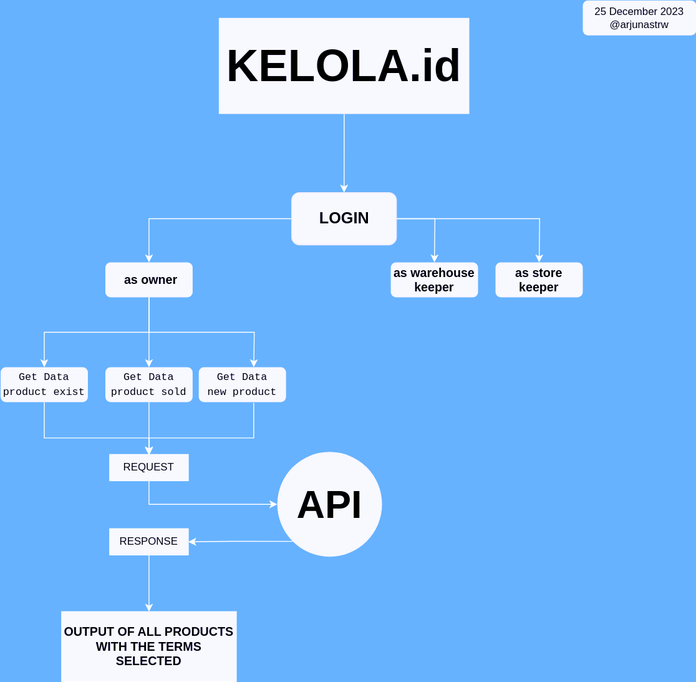
arjunastrw/Kelola.id keeps this draw.io diagram as kelola_id.svg. Above is the earlier version. Source tidied: cells renumbered, new cells last; positions are measured from the earlier drawing's top-left corner, leaving out a move shared by most shapes.
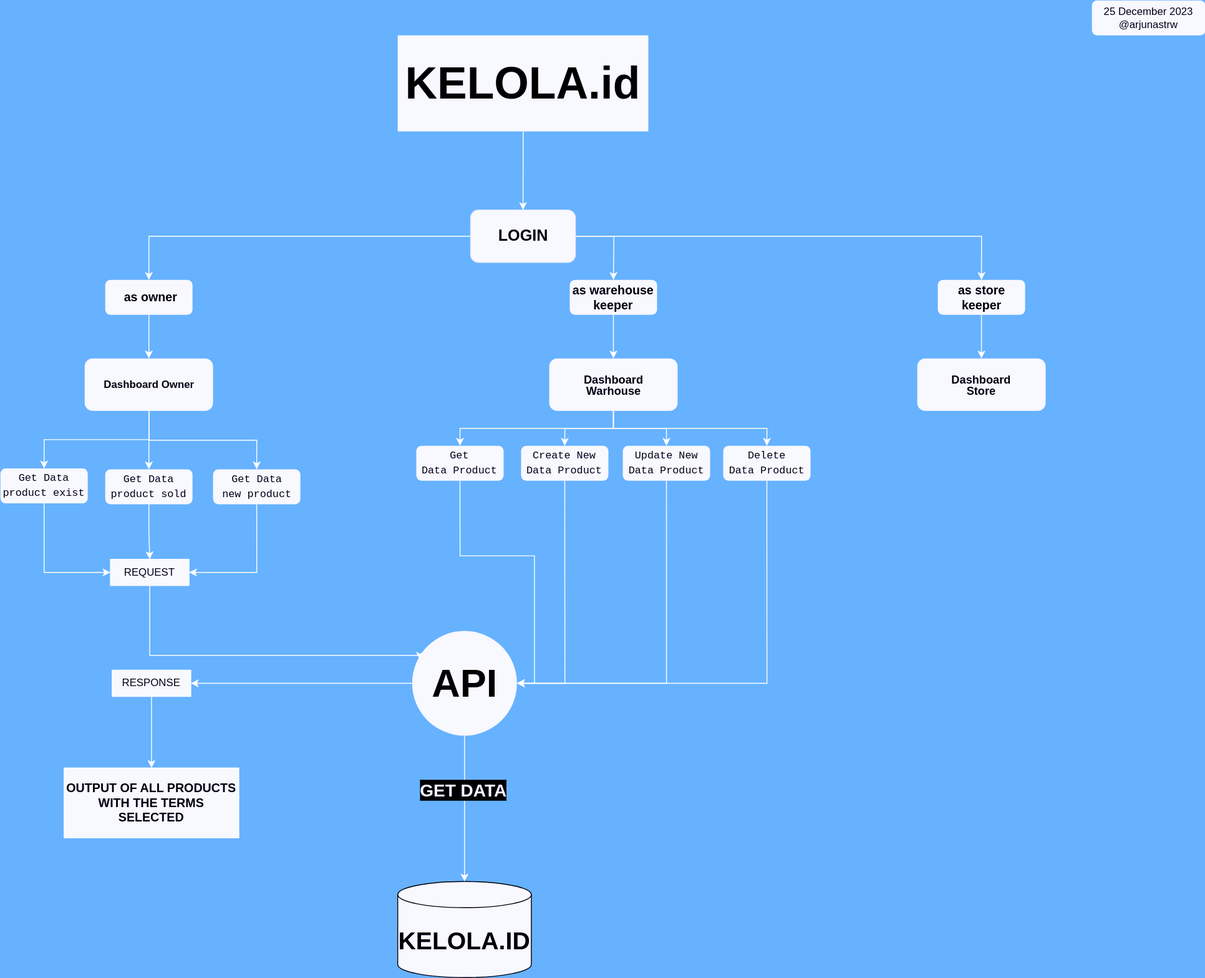
After the commit.

The edit, as a diff of the source:
```diff
@@ -4,101 +4,155 @@
     <mxCell id="1" parent="0" />
     <mxCell id="2" style="edgeStyle=orthogonalEdgeStyle;rounded=0;jettySize=auto;html=1;" parent="1" edge="1" source="3">
       <mxGeometry relative="1" as="geometry">
-        <mxPoint x="393.5" y="220" as="targetPoint" />
+        <mxPoint x="655.5" y="260" as="targetPoint" />
       </mxGeometry>
     </mxCell>
     <mxCell id="3" value="&lt;h1&gt;&lt;b&gt;&lt;font style=&quot;font-size: 51px;&quot;&gt;KELOLA.id&lt;/font&gt;&lt;/b&gt;&lt;/h1&gt;" style="rounded=0;whiteSpace=wrap;html=1;fillColor=#000033;fontColor=#ffffff;strokeColor=none;" parent="1" vertex="1">
-      <mxGeometry x="250" y="20" width="287" height="110" as="geometry" />
+      <mxGeometry x="512" y="60" width="287" height="110" as="geometry" />
     </mxCell>
     <mxCell id="4" style="edgeStyle=orthogonalEdgeStyle;rounded=0;jettySize=auto;html=1;" parent="1" edge="1" source="7">
       <mxGeometry relative="1" as="geometry">
-        <mxPoint x="497" y="300" as="targetPoint" />
+        <mxPoint x="759" y="340" as="targetPoint" />
       </mxGeometry>
     </mxCell>
     <mxCell id="5" style="edgeStyle=orthogonalEdgeStyle;rounded=0;jettySize=auto;html=1;exitX=0;exitY=0.5;exitDx=0;exitDy=0;entryX=0.5;entryY=0;entryDx=0;entryDy=0;" parent="1" edge="1" source="7" target="11">
       <mxGeometry relative="1" as="geometry" />
     </mxCell>
-    <mxCell id="6" style="edgeStyle=orthogonalEdgeStyle;rounded=0;jettySize=auto;html=1;" parent="1" edge="1" source="7">
-      <mxGeometry relative="1" as="geometry">
-        <mxPoint x="617" y="300" as="targetPoint" />
-      </mxGeometry>
-    </mxCell>
+    <mxCell id="28" style="edgeStyle=orthogonalEdgeStyle;rounded=0;jettySize=auto;html=1;exitX=1;exitY=0.5;exitDx=0;exitDy=0;entryX=0.5;entryY=0;entryDx=0;entryDy=0;" parent="1" edge="1" source="7" target="13">
+      <mxGeometry relative="1" as="geometry" />
+    </mxCell>
     <mxCell id="7" value="&lt;h2&gt;&lt;font color=&quot;#ffffff&quot;&gt;LOGIN&lt;/font&gt;&lt;/h2&gt;" style="rounded=1;whiteSpace=wrap;html=1;fillColor=#000033;strokeColor=#000099;" parent="1" vertex="1">
-      <mxGeometry x="333.5" y="220" width="120" height="60" as="geometry" />
+      <mxGeometry x="595.5" y="260" width="120" height="60" as="geometry" />
     </mxCell>
-    <mxCell id="8" style="edgeStyle=orthogonalEdgeStyle;rounded=0;jettySize=auto;html=1;exitX=0.5;exitY=1;exitDx=0;exitDy=0;entryX=0.5;entryY=0;entryDx=0;entryDy=0;" parent="1" edge="1" source="11" target="16">
-      <mxGeometry relative="1" as="geometry" />
-    </mxCell>
-    <mxCell id="9" style="edgeStyle=orthogonalEdgeStyle;rounded=0;jettySize=auto;html=1;entryX=0.5;entryY=0;entryDx=0;entryDy=0;" parent="1" edge="1" source="11" target="18">
-      <mxGeometry relative="1" as="geometry" />
-    </mxCell>
-    <mxCell id="10" style="edgeStyle=orthogonalEdgeStyle;rounded=0;jettySize=auto;html=1;exitX=0.5;exitY=1;exitDx=0;exitDy=0;entryX=0.5;entryY=0;entryDx=0;entryDy=0;" parent="1" edge="1" source="11">
-      <mxGeometry relative="1" as="geometry">
-        <mxPoint x="290" y="420" as="targetPoint" />
-      </mxGeometry>
-    </mxCell>
+    <mxCell id="29" style="edgeStyle=orthogonalEdgeStyle;rounded=0;jettySize=auto;html=1;exitX=0.5;exitY=1;exitDx=0;exitDy=0;" parent="1" edge="1" source="11" target="36">
+      <mxGeometry relative="1" as="geometry" />
+    </mxCell>
     <mxCell id="11" value="&lt;h3&gt;t&lt;font color=&quot;#ffffff&quot;&gt;as owner&lt;/font&gt;&lt;/h3&gt;" style="rounded=1;whiteSpace=wrap;html=1;strokeColor=none;fillColor=#000033;" parent="1" vertex="1">
-      <mxGeometry x="120" y="300" width="100" height="40" as="geometry" />
+      <mxGeometry x="177" y="340" width="100" height="40" as="geometry" />
     </mxCell>
+    <mxCell id="30" style="edgeStyle=orthogonalEdgeStyle;rounded=0;jettySize=auto;html=1;exitX=0.5;exitY=1;exitDx=0;exitDy=0;" parent="1" edge="1" source="12" target="44">
+      <mxGeometry relative="1" as="geometry" />
+    </mxCell>
     <mxCell id="12" value="&lt;h3&gt;as warehouse&lt;br&gt;keeper&lt;/h3&gt;" style="rounded=1;whiteSpace=wrap;html=1;strokeColor=none;fillColor=#000033;fontColor=#ffffff;" parent="1" vertex="1">
-      <mxGeometry x="447" y="300" width="100" height="40" as="geometry" />
+      <mxGeometry x="709" y="340" width="100" height="40" as="geometry" />
     </mxCell>
+    <mxCell id="31" style="edgeStyle=orthogonalEdgeStyle;rounded=0;jettySize=auto;html=1;exitX=0.5;exitY=1;exitDx=0;exitDy=0;" parent="1" edge="1" source="13" target="45">
+      <mxGeometry relative="1" as="geometry" />
+    </mxCell>
     <mxCell id="13" value="&lt;h3&gt;as store&lt;br&gt;keeper&lt;/h3&gt;" style="rounded=1;whiteSpace=wrap;html=1;strokeColor=none;fillColor=#000033;fontColor=#ffffff;" parent="1" vertex="1">
-      <mxGeometry x="567" y="300" width="100" height="40" as="geometry" />
+      <mxGeometry x="1130.5" y="340" width="100" height="40" as="geometry" />
     </mxCell>
     <mxCell id="14" value="25 December 2023&lt;br&gt;@arjunastrw" style="rounded=1;whiteSpace=wrap;html=1;strokeColor=none;fillColor=#000033;fontColor=#ffffff;" parent="1" vertex="1">
-      <mxGeometry x="667" width="130" height="40" as="geometry" />
+      <mxGeometry x="1307" y="20" width="130" height="40" as="geometry" />
     </mxCell>
-    <mxCell id="15" style="edgeStyle=orthogonalEdgeStyle;rounded=0;jettySize=auto;html=1;exitX=0.5;exitY=1;exitDx=0;exitDy=0;" parent="1" edge="1" source="16" target="24">
-      <mxGeometry relative="1" as="geometry">
-        <Array as="points">
-          <mxPoint x="50" y="501" />
-          <mxPoint x="170" y="501" />
-        </Array>
-      </mxGeometry>
+    <mxCell id="15" style="edgeStyle=orthogonalEdgeStyle;rounded=0;jettySize=auto;html=1;exitX=0.5;exitY=1;exitDx=0;exitDy=0;entryX=0;entryY=0.5;entryDx=0;entryDy=0;" parent="1" edge="1" source="16" target="24">
+      <mxGeometry relative="1" as="geometry" />
     </mxCell>
     <mxCell id="16" value="&lt;pre style=&quot;line-height: 40%;&quot;&gt;&lt;font color=&quot;#ffffff&quot;&gt;Get Data&lt;/font&gt;&lt;/pre&gt;&lt;pre style=&quot;line-height: 40%;&quot;&gt;&lt;font color=&quot;#ffffff&quot;&gt;product exist&lt;/font&gt;&lt;/pre&gt;" style="rounded=1;whiteSpace=wrap;html=1;strokeColor=none;fillColor=#000033;" parent="1" vertex="1">
-      <mxGeometry y="420" width="100" height="40" as="geometry" />
+      <mxGeometry x="57" y="556" width="100" height="40" as="geometry" />
     </mxCell>
     <mxCell id="17" style="edgeStyle=orthogonalEdgeStyle;rounded=0;jettySize=auto;html=1;exitX=0.5;exitY=1;exitDx=0;exitDy=0;entryX=0.5;entryY=0;entryDx=0;entryDy=0;" parent="1" edge="1" source="18" target="24">
       <mxGeometry relative="1" as="geometry" />
     </mxCell>
     <mxCell id="18" value="&lt;pre style=&quot;line-height: 40%;&quot;&gt;&lt;font color=&quot;#ffffff&quot;&gt;Get Data&lt;/font&gt;&lt;/pre&gt;&lt;pre style=&quot;line-height: 40%;&quot;&gt;&lt;font color=&quot;#ffffff&quot;&gt;product sold&lt;/font&gt;&lt;/pre&gt;" style="rounded=1;whiteSpace=wrap;html=1;strokeColor=none;fillColor=#000033;" parent="1" vertex="1">
-      <mxGeometry x="120" y="420" width="100" height="40" as="geometry" />
+      <mxGeometry x="177" y="557" width="100" height="40" as="geometry" />
     </mxCell>
-    <mxCell id="19" style="edgeStyle=orthogonalEdgeStyle;rounded=0;orthogonalLoop=1;jettySize=auto;html=1;exitX=0.5;exitY=1;exitDx=0;exitDy=0;entryX=0.5;entryY=0;entryDx=0;entryDy=0;" parent="1" edge="1">
-      <mxGeometry relative="1" as="geometry">
-        <mxPoint x="290" y="461" as="sourcePoint" />
-        <mxPoint x="170" y="521" as="targetPoint" />
-        <Array as="points">
-          <mxPoint x="290" y="501" />
-          <mxPoint x="170" y="501" />
-        </Array>
-      </mxGeometry>
-    </mxCell>
+    <mxCell id="32" style="edgeStyle=orthogonalEdgeStyle;rounded=0;jettySize=auto;html=1;exitX=0.5;exitY=1;exitDx=0;exitDy=0;entryX=1;entryY=0.5;entryDx=0;entryDy=0;" parent="1" edge="1" source="20" target="24">
+      <mxGeometry relative="1" as="geometry" />
+    </mxCell>
     <mxCell id="20" value="&lt;pre style=&quot;line-height: 40%;&quot;&gt;&lt;font color=&quot;#ffffff&quot;&gt;Get Data&lt;/font&gt;&lt;/pre&gt;&lt;pre style=&quot;line-height: 40%;&quot;&gt;&lt;font color=&quot;#ffffff&quot;&gt;new product&lt;/font&gt;&lt;br&gt;&lt;/pre&gt;" style="rounded=1;whiteSpace=wrap;html=1;strokeColor=none;fillColor=#000033;" parent="1" vertex="1">
-      <mxGeometry x="227" y="420" width="100" height="40" as="geometry" />
+      <mxGeometry x="300.5" y="557" width="100" height="40" as="geometry" />
     </mxCell>
-    <mxCell id="21" style="edgeStyle=orthogonalEdgeStyle;rounded=0;jettySize=auto;html=1;exitX=0;exitY=1;exitDx=0;exitDy=0;entryX=1;entryY=0.5;entryDx=0;entryDy=0;" parent="1" edge="1" source="22" target="26">
+    <mxCell id="21" style="edgeStyle=orthogonalEdgeStyle;rounded=0;jettySize=auto;html=1;exitX=0;exitY=0.5;exitDx=0;exitDy=0;entryX=1;entryY=0.5;entryDx=0;entryDy=0;" parent="1" edge="1" source="22" target="26">
       <mxGeometry relative="1" as="geometry" />
     </mxCell>
     <mxCell id="22" value="&lt;h1&gt;&lt;font style=&quot;font-size: 45px;&quot; color=&quot;#ffffff&quot;&gt;API&lt;/font&gt;&lt;/h1&gt;" style="ellipse;whiteSpace=wrap;html=1;strokeColor=none;fillColor=#000033;" parent="1" vertex="1">
-      <mxGeometry x="317" y="517" width="120" height="120" as="geometry" />
+      <mxGeometry x="528.5" y="742" width="120" height="120" as="geometry" />
     </mxCell>
-    <mxCell id="23" style="edgeStyle=orthogonalEdgeStyle;rounded=0;jettySize=auto;html=1;exitX=0.5;exitY=1;exitDx=0;exitDy=0;entryX=0;entryY=0.5;entryDx=0;entryDy=0;" parent="1" edge="1" source="24" target="22">
-      <mxGeometry relative="1" as="geometry" />
-    </mxCell>
     <mxCell id="24" value="&lt;font color=&quot;#ffffff&quot;&gt;REQUEST&lt;/font&gt;" style="whiteSpace=wrap;html=1;fillColor=#000033;" parent="1" vertex="1">
-      <mxGeometry x="125" y="520" width="90" height="30" as="geometry" />
+      <mxGeometry x="183" y="660" width="90" height="30" as="geometry" />
     </mxCell>
     <mxCell id="25" style="edgeStyle=orthogonalEdgeStyle;rounded=0;jettySize=auto;html=1;exitX=0.5;exitY=1;exitDx=0;exitDy=0;entryX=0.5;entryY=0;entryDx=0;entryDy=0;" parent="1" edge="1" source="26" target="27">
       <mxGeometry relative="1" as="geometry" />
     </mxCell>
     <mxCell id="26" value="&lt;font color=&quot;#ffffff&quot;&gt;RESPONSE&lt;/font&gt;" style="whiteSpace=wrap;html=1;fillColor=#000033;" parent="1" vertex="1">
-      <mxGeometry x="125" y="605" width="90" height="30" as="geometry" />
+      <mxGeometry x="185" y="787" width="90" height="30" as="geometry" />
     </mxCell>
     <mxCell id="27" value="&lt;font color=&quot;#ffffff&quot;&gt;&lt;h3&gt;OUTPUT OF ALL PRODUCTS&lt;br&gt;WITH THE TERMS SELECTED&lt;/h3&gt;&lt;/font&gt;" style="whiteSpace=wrap;html=1;fillColor=#000033;" parent="1" vertex="1">
-      <mxGeometry x="70" y="700" width="200" height="80" as="geometry" />
+      <mxGeometry x="130" y="899" width="200" height="80" as="geometry" />
     </mxCell>
+    <mxCell id="33" style="edgeStyle=orthogonalEdgeStyle;rounded=0;jettySize=auto;html=1;exitX=0.5;exitY=1;exitDx=0;exitDy=0;entryX=0.5;entryY=0;entryDx=0;entryDy=0;" parent="1" edge="1" source="36" target="16">
+      <mxGeometry relative="1" as="geometry" />
+    </mxCell>
+    <mxCell id="34" style="edgeStyle=orthogonalEdgeStyle;rounded=0;jettySize=auto;html=1;exitX=0.5;exitY=1;exitDx=0;exitDy=0;" parent="1" edge="1" source="36" target="18">
+      <mxGeometry relative="1" as="geometry" />
+    </mxCell>
+    <mxCell id="35" style="edgeStyle=orthogonalEdgeStyle;rounded=0;jettySize=auto;html=1;exitX=0.5;exitY=1;exitDx=0;exitDy=0;entryX=0.5;entryY=0;entryDx=0;entryDy=0;" parent="1" edge="1" source="36" target="20">
+      <mxGeometry relative="1" as="geometry" />
+    </mxCell>
+    <mxCell id="36" value="&lt;h4&gt;&lt;font color=&quot;#ffffff&quot;&gt;Dashboard Owner&lt;/font&gt;&lt;/h4&gt;" style="rounded=1;whiteSpace=wrap;html=1;fillColor=#000033;strokeColor=none;" parent="1" vertex="1">
+      <mxGeometry x="153.5" y="430" width="147" height="60" as="geometry" />
+    </mxCell>
+    <mxCell id="37" value="&lt;h1&gt;&lt;font style=&quot;font-size: 28px;&quot; color=&quot;#ffffff&quot;&gt;KELOLA.ID&lt;/font&gt;&lt;/h1&gt;" style="shape=cylinder3;whiteSpace=wrap;html=1;boundedLbl=1;backgroundOutline=1;size=15;fillStyle=auto;fillColor=#000033;strokeColor=#FFFFFF;" parent="1" vertex="1">
+      <mxGeometry x="512" y="1029" width="153" height="110" as="geometry" />
+    </mxCell>
+    <mxCell id="38" style="edgeStyle=orthogonalEdgeStyle;rounded=0;jettySize=auto;html=1;exitX=0.5;exitY=1;exitDx=0;exitDy=0;entryX=0.5;entryY=0;entryDx=0;entryDy=0;entryPerimeter=0;" parent="1" edge="1" source="22" target="37">
+      <mxGeometry relative="1" as="geometry" />
+    </mxCell>
+    <mxCell id="39" value="&lt;font color=&quot;#000033&quot; style=&quot;font-size: 20px;&quot;&gt;&lt;b&gt;GET DATA&lt;/b&gt;&lt;/font&gt;" style="edgeLabel;html=1;align=center;verticalAlign=middle;" parent="38" vertex="1">
+      <mxGeometry x="-0.26" y="-3" relative="1" as="geometry">
+        <mxPoint y="-1" as="offset" />
+      </mxGeometry>
+    </mxCell>
+    <mxCell id="40" style="edgeStyle=orthogonalEdgeStyle;rounded=0;jettySize=auto;html=1;exitX=0.5;exitY=1;exitDx=0;exitDy=0;entryX=0.5;entryY=0;entryDx=0;entryDy=0;" parent="1" edge="1" source="44" target="49">
+      <mxGeometry relative="1" as="geometry" />
+    </mxCell>
+    <mxCell id="41" style="edgeStyle=orthogonalEdgeStyle;rounded=0;jettySize=auto;html=1;exitX=0.5;exitY=1;exitDx=0;exitDy=0;entryX=0.5;entryY=0;entryDx=0;entryDy=0;" parent="1" edge="1" source="44" target="47">
+      <mxGeometry relative="1" as="geometry" />
+    </mxCell>
+    <mxCell id="42" style="edgeStyle=orthogonalEdgeStyle;rounded=0;jettySize=auto;html=1;exitX=0.5;exitY=1;exitDx=0;exitDy=0;entryX=0.5;entryY=0;entryDx=0;entryDy=0;" parent="1" edge="1" source="44" target="51">
+      <mxGeometry relative="1" as="geometry" />
+    </mxCell>
+    <mxCell id="43" style="edgeStyle=orthogonalEdgeStyle;rounded=0;jettySize=auto;html=1;exitX=0.5;exitY=1;exitDx=0;exitDy=0;entryX=0.5;entryY=0;entryDx=0;entryDy=0;" parent="1" edge="1" source="44" target="53">
+      <mxGeometry relative="1" as="geometry" />
+    </mxCell>
+    <mxCell id="44" value="&lt;h3 style=&quot;line-height: 100%; font-size: 13px;&quot;&gt;&lt;font style=&quot;font-size: 13px;&quot; color=&quot;#ffffff&quot;&gt;Dashboard&lt;br&gt;&lt;/font&gt;&lt;font style=&quot;font-size: 13px;&quot; color=&quot;#ffffff&quot;&gt;&lt;b style=&quot;&quot;&gt;Warhouse&lt;/b&gt;&lt;/font&gt;&lt;/h3&gt;" style="rounded=1;whiteSpace=wrap;html=1;fillColor=#000033;strokeColor=none;" parent="1" vertex="1">
+      <mxGeometry x="685.5" y="430" width="147" height="60" as="geometry" />
+    </mxCell>
+    <mxCell id="45" value="&lt;h3 style=&quot;line-height: 100%; font-size: 13px;&quot;&gt;&lt;font style=&quot;font-size: 13px;&quot; color=&quot;#ffffff&quot;&gt;Dashboard&lt;br&gt;&lt;/font&gt;&lt;font style=&quot;font-size: 13px;&quot; color=&quot;#ffffff&quot;&gt;&lt;b style=&quot;&quot;&gt;Store&lt;/b&gt;&lt;/font&gt;&lt;/h3&gt;" style="rounded=1;whiteSpace=wrap;html=1;fillColor=#000033;strokeColor=none;" parent="1" vertex="1">
+      <mxGeometry x="1107" y="430" width="147" height="60" as="geometry" />
+    </mxCell>
+    <mxCell id="46" style="edgeStyle=orthogonalEdgeStyle;rounded=0;jettySize=auto;html=1;exitX=0.5;exitY=1;exitDx=0;exitDy=0;entryX=1;entryY=0.5;entryDx=0;entryDy=0;" parent="1" edge="1" source="47" target="22">
+      <mxGeometry relative="1" as="geometry" />
+    </mxCell>
+    <mxCell id="47" value="&lt;pre style=&quot;line-height: 40%;&quot;&gt;&lt;font color=&quot;#ffffff&quot;&gt;Create New&lt;/font&gt;&lt;/pre&gt;&lt;pre style=&quot;line-height: 40%;&quot;&gt;&lt;font color=&quot;#ffffff&quot;&gt;Data Product&lt;/font&gt;&lt;/pre&gt;" style="rounded=1;whiteSpace=wrap;html=1;strokeColor=none;fillColor=#000033;" parent="1" vertex="1">
+      <mxGeometry x="653.2" y="530" width="100" height="40" as="geometry" />
+    </mxCell>
+    <mxCell id="48" style="edgeStyle=orthogonalEdgeStyle;rounded=0;jettySize=auto;html=1;exitX=0.5;exitY=1;exitDx=0;exitDy=0;entryX=1;entryY=0.5;entryDx=0;entryDy=0;" parent="1" edge="1" source="49" target="22">
+      <mxGeometry relative="1" as="geometry" />
+    </mxCell>
+    <mxCell id="49" value="&lt;pre style=&quot;line-height: 40%;&quot;&gt;&lt;font color=&quot;#ffffff&quot;&gt;Update New&lt;/font&gt;&lt;/pre&gt;&lt;pre style=&quot;line-height: 40%;&quot;&gt;&lt;font color=&quot;#ffffff&quot;&gt;Data Product&lt;/font&gt;&lt;/pre&gt;" style="rounded=1;whiteSpace=wrap;html=1;strokeColor=none;fillColor=#000033;" parent="1" vertex="1">
+      <mxGeometry x="769.8" y="530" width="100" height="40" as="geometry" />
+    </mxCell>
+    <mxCell id="50" style="edgeStyle=orthogonalEdgeStyle;rounded=0;jettySize=auto;html=1;exitX=0.5;exitY=1;exitDx=0;exitDy=0;entryX=1;entryY=0.5;entryDx=0;entryDy=0;" parent="1" edge="1" source="51" target="22">
+      <mxGeometry relative="1" as="geometry" />
+    </mxCell>
+    <mxCell id="51" value="&lt;pre style=&quot;line-height: 40%;&quot;&gt;&lt;font color=&quot;#ffffff&quot;&gt;Delete&lt;/font&gt;&lt;/pre&gt;&lt;pre style=&quot;line-height: 40%;&quot;&gt;&lt;font color=&quot;#ffffff&quot;&gt;Data Product&lt;/font&gt;&lt;/pre&gt;" style="rounded=1;whiteSpace=wrap;html=1;strokeColor=none;fillColor=#000033;" parent="1" vertex="1">
+      <mxGeometry x="884.8" y="530" width="100" height="40" as="geometry" />
+    </mxCell>
+    <mxCell id="52" style="edgeStyle=orthogonalEdgeStyle;rounded=0;jettySize=auto;html=1;exitX=0.5;exitY=1;exitDx=0;exitDy=0;entryX=1;entryY=0.5;entryDx=0;entryDy=0;" parent="1" edge="1" source="53" target="22">
+      <mxGeometry relative="1" as="geometry" />
+    </mxCell>
+    <mxCell id="53" value="&lt;pre style=&quot;line-height: 40%;&quot;&gt;&lt;font color=&quot;#ffffff&quot;&gt;Get&lt;/font&gt;&lt;/pre&gt;&lt;pre style=&quot;line-height: 40%;&quot;&gt;&lt;font color=&quot;#ffffff&quot;&gt;Data Product&lt;/font&gt;&lt;/pre&gt;" style="rounded=1;whiteSpace=wrap;html=1;strokeColor=none;fillColor=#000033;" parent="1" vertex="1">
+      <mxGeometry x="533.2" y="530" width="100" height="40" as="geometry" />
+    </mxCell>
+    <mxCell id="23" style="edgeStyle=orthogonalEdgeStyle;rounded=0;jettySize=auto;html=1;exitX=0.5;exitY=1;exitDx=0;exitDy=0;entryX=0.074;entryY=0.275;entryDx=0;entryDy=0;entryPerimeter=0;" parent="1" edge="1" source="24" target="22">
+      <mxGeometry relative="1" as="geometry">
+        <Array as="points">
+          <mxPoint x="228" y="770" />
+          <mxPoint x="537" y="770" />
+        </Array>
+      </mxGeometry>
+    </mxCell>
   </root>
 </mxGraphModel>
```
